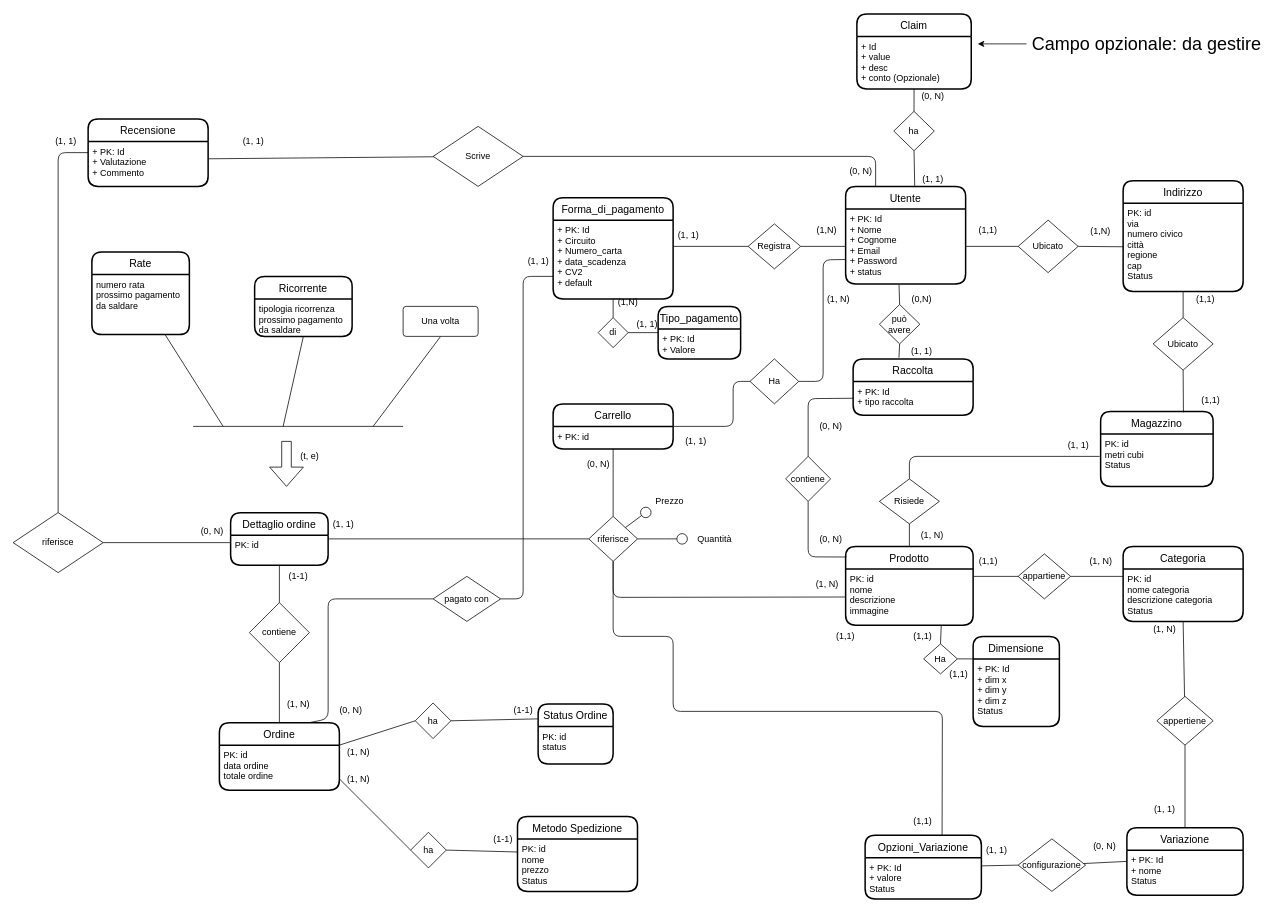
The draw.io diagram doc/schema_concettuale.drawio in EndriDomiUni/E-commerce, before the edit. Source tidied: cells renumbered, new cells numbered last; positions are measured from the earlier drawing's top-left corner, leaving out a move shared by most shapes. Both pictures are drawn from the tidied source at 75%, with x=0, y=0 at pixel (13, 14).
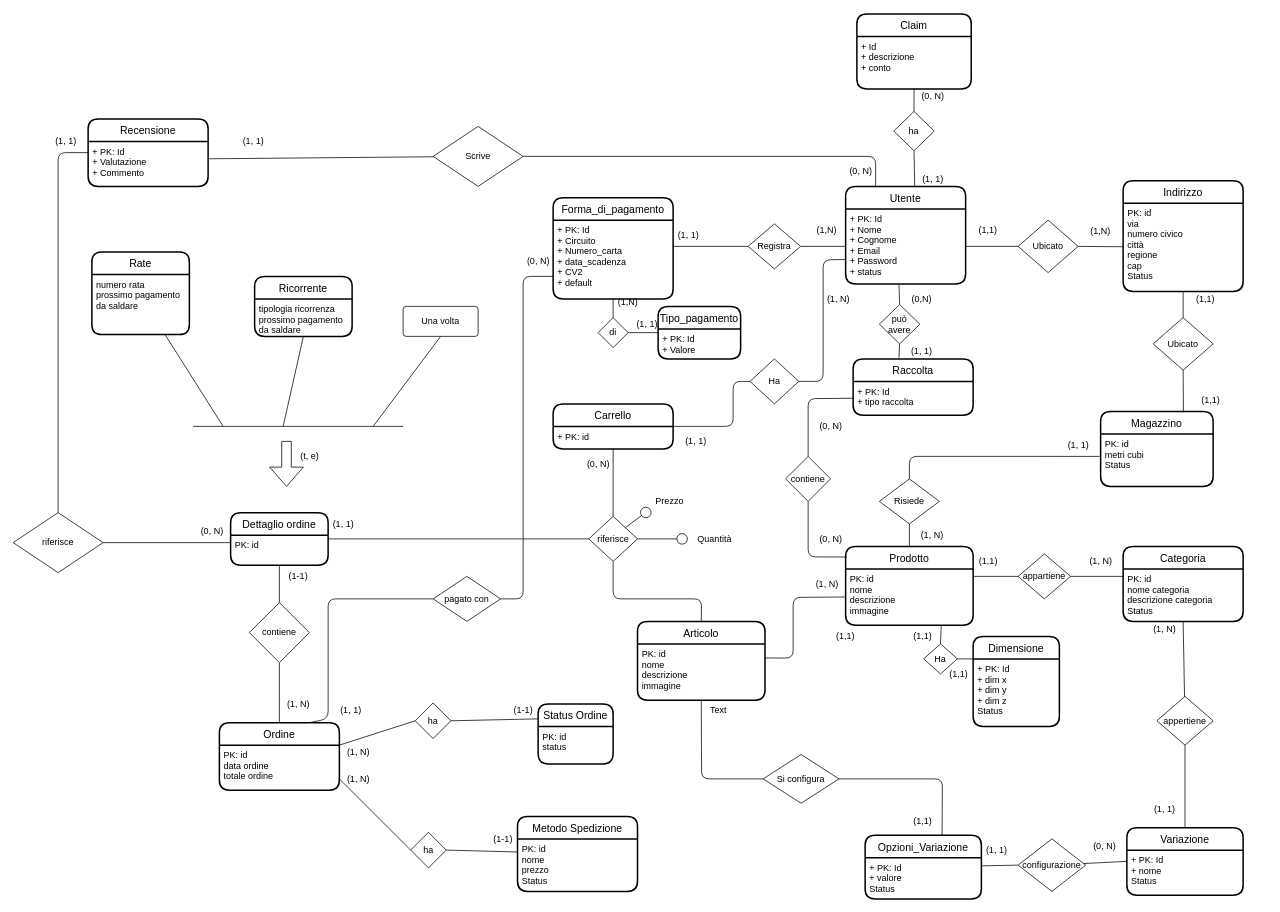
Above is the later version.

Unchanged cells that the change refers to:
```xml
<mxCell id="26" value="PK: id&#10;nome&#10;descrizione&#10;immagine&#10;" style="align=left;strokeColor=none;fillColor=none;spacingLeft=4;fontSize=12;verticalAlign=top;" parent="25" vertex="1">
  <mxGeometry y="30" width="170" height="75" as="geometry" />
</mxCell>
<mxCell id="38" value="Opzioni_Variazione" style="swimlane;horizontal=1;startSize=30;rounded=1;fontSize=14;fontStyle=0;strokeWidth=2;shadow=0;dashed=0;align=center;" parent="1" vertex="1">
  <mxGeometry x="1136" y="1095" width="155" height="85" as="geometry" />
</mxCell>
<mxCell id="58" value="riferisce" style="shape=rhombus;perimeter=rhombusPerimeter;whiteSpace=wrap;html=1;align=center;" parent="1" vertex="1">
  <mxGeometry x="767.5" y="670" width="65" height="60" as="geometry" />
</mxCell>
<mxCell id="76" value="Claim" style="swimlane;horizontal=1;startSize=30;rounded=1;fontSize=14;fontStyle=0;strokeWidth=2;shadow=0;dashed=0;align=center;" parent="1" vertex="1">
  <mxGeometry x="1125" width="152.5" height="100" as="geometry" />
</mxCell>
```

Change to the diagram source:
```diff
@@
-    <mxCell id="56" style="edgeStyle=none;html=1;exitX=0.5;exitY=1;exitDx=0;exitDy=0;entryX=0;entryY=0.5;entryDx=0;entryDy=0;startArrow=none;startFill=0;endArrow=none;endFill=0;" parent="1" edge="1" source="58" target="26">
+    <mxCell id="56" style="edgeStyle=none;html=1;exitX=1;exitY=0.25;exitDx=0;exitDy=0;entryX=0;entryY=0.5;entryDx=0;entryDy=0;startArrow=none;startFill=0;endArrow=none;endFill=0;" parent="1" edge="1" source="162" target="26">
       <mxGeometry relative="1" as="geometry">
         <Array as="points">
-          <mxPoint x="800" y="778" />
+          <mxPoint x="1040" y="859" />
+          <mxPoint x="1040" y="778" />
         </Array>
       </mxGeometry>
     </mxCell>
@@
+    <mxCell id="160" style="edgeStyle=none;html=1;exitX=0.5;exitY=1;exitDx=0;exitDy=0;entryX=0.5;entryY=0;entryDx=0;entryDy=0;endArrow=none;endFill=0;" parent="1" edge="1" source="58" target="161">
+      <mxGeometry relative="1" as="geometry">
+        <Array as="points">
+          <mxPoint x="800" y="780" />
+          <mxPoint x="918" y="780" />
+        </Array>
+      </mxGeometry>
+    </mxCell>
@@
-    <mxCell id="74" style="edgeStyle=none;html=1;entryX=0.662;entryY=0;entryDx=0;entryDy=0;entryPerimeter=0;startArrow=none;startFill=0;endArrow=none;endFill=0;exitX=0.5;exitY=1;exitDx=0;exitDy=0;" parent="1" edge="1" source="58" target="38">
+    <mxCell id="74" style="edgeStyle=none;html=1;entryX=0.662;entryY=0;entryDx=0;entryDy=0;entryPerimeter=0;startArrow=none;startFill=0;endArrow=none;endFill=0;exitX=1;exitY=0.5;exitDx=0;exitDy=0;" parent="1" edge="1" source="164" target="38">
       <mxGeometry relative="1" as="geometry">
         <Array as="points">
-          <mxPoint x="800" y="830" />
-          <mxPoint x="880" y="830" />
-          <mxPoint x="880" y="930" />
-          <mxPoint x="1239" y="930" />
+          <mxPoint x="1239" y="1020" />
         </Array>
       </mxGeometry>
     </mxCell>
@@
-    <mxCell id="77" value="+ Id&#10;+ value&#10;+ desc&#10;+ conto (Opzionale)" style="align=left;strokeColor=none;fillColor=none;spacingLeft=4;fontSize=12;verticalAlign=top;" parent="76" vertex="1">
+    <mxCell id="77" value="+ Id&#10;+ descrizione&#10;+ conto" style="align=left;strokeColor=none;fillColor=none;spacingLeft=4;fontSize=12;verticalAlign=top;" parent="76" vertex="1">
       <mxGeometry y="30" width="152.5" height="70" as="geometry" />
     </mxCell>
@@
-    <mxCell id="145" value="(0, N)" style="text;html=1;align=center;verticalAlign=middle;strokeColor=none;fillColor=none;" parent="1" vertex="1">
-      <mxGeometry x="425" y="918.8" width="50" height="20" as="geometry" />
+    <mxCell id="145" value="(1, 1)" style="text;html=1;align=center;verticalAlign=middle;strokeColor=none;fillColor=none;" parent="1" vertex="1">
+      <mxGeometry x="430" y="918.8" width="40" height="20" as="geometry" />
     </mxCell>
-    <mxCell id="146" value="(1, 1)" style="text;html=1;align=center;verticalAlign=middle;strokeColor=none;fillColor=none;" parent="1" vertex="1">
-      <mxGeometry x="680" y="320" width="40" height="20" as="geometry" />
+    <mxCell id="146" value="(0, N)" style="text;html=1;align=center;verticalAlign=middle;strokeColor=none;fillColor=none;" parent="1" vertex="1">
+      <mxGeometry x="675" y="320" width="50" height="20" as="geometry" />
     </mxCell>
-    <mxCell id="147" style="edgeStyle=none;html=1;fontSize=24;" parent="1" edge="1" source="148">
-      <mxGeometry relative="1" as="geometry">
-        <mxPoint x="1286.2" y="40" as="targetPoint" />
-      </mxGeometry>
-    </mxCell>
-    <mxCell id="148" value="&lt;span style=&quot;font-size: 24px&quot;&gt;Campo opzionale: da gestire&lt;/span&gt;" style="text;html=1;align=center;verticalAlign=middle;points=[];strokeColor=none;fillColor=none;" parent="1" vertex="1">
-      <mxGeometry x="1351.2" y="30" width="320" height="20" as="geometry" />
-    </mxCell>
@@
+    <mxCell id="161" value="Articolo" style="swimlane;horizontal=1;startSize=30;rounded=1;fontSize=14;fontStyle=0;strokeWidth=2;shadow=0;dashed=0;align=center;arcSize=15;" parent="1" vertex="1">
+      <mxGeometry x="832.5" y="810" width="170" height="105" as="geometry" />
+    </mxCell>
+    <mxCell id="162" value="PK: id&#10;nome&#10;descrizione&#10;immagine&#10;" style="align=left;strokeColor=none;fillColor=none;spacingLeft=4;fontSize=12;verticalAlign=top;" parent="161" vertex="1">
+      <mxGeometry y="30" width="170" height="75" as="geometry" />
+    </mxCell>
+    <mxCell id="163" style="edgeStyle=none;html=1;exitX=0;exitY=0.5;exitDx=0;exitDy=0;entryX=0.5;entryY=1;entryDx=0;entryDy=0;endArrow=none;endFill=0;" parent="1" edge="1" source="164" target="162">
+      <mxGeometry relative="1" as="geometry">
+        <Array as="points">
+          <mxPoint x="918" y="1020" />
+        </Array>
+      </mxGeometry>
+    </mxCell>
+    <mxCell id="164" value="Si configura" style="shape=rhombus;perimeter=rhombusPerimeter;whiteSpace=wrap;html=1;align=center;" parent="1" vertex="1">
+      <mxGeometry x="1000" y="987.5" width="101.2" height="65" as="geometry" />
+    </mxCell>
+    <mxCell id="165" value="Text" style="text;html=1;align=center;verticalAlign=middle;strokeColor=none;fillColor=none;" parent="1" vertex="1">
+      <mxGeometry x="920" y="918.8" width="40" height="20" as="geometry" />
+    </mxCell>
```
